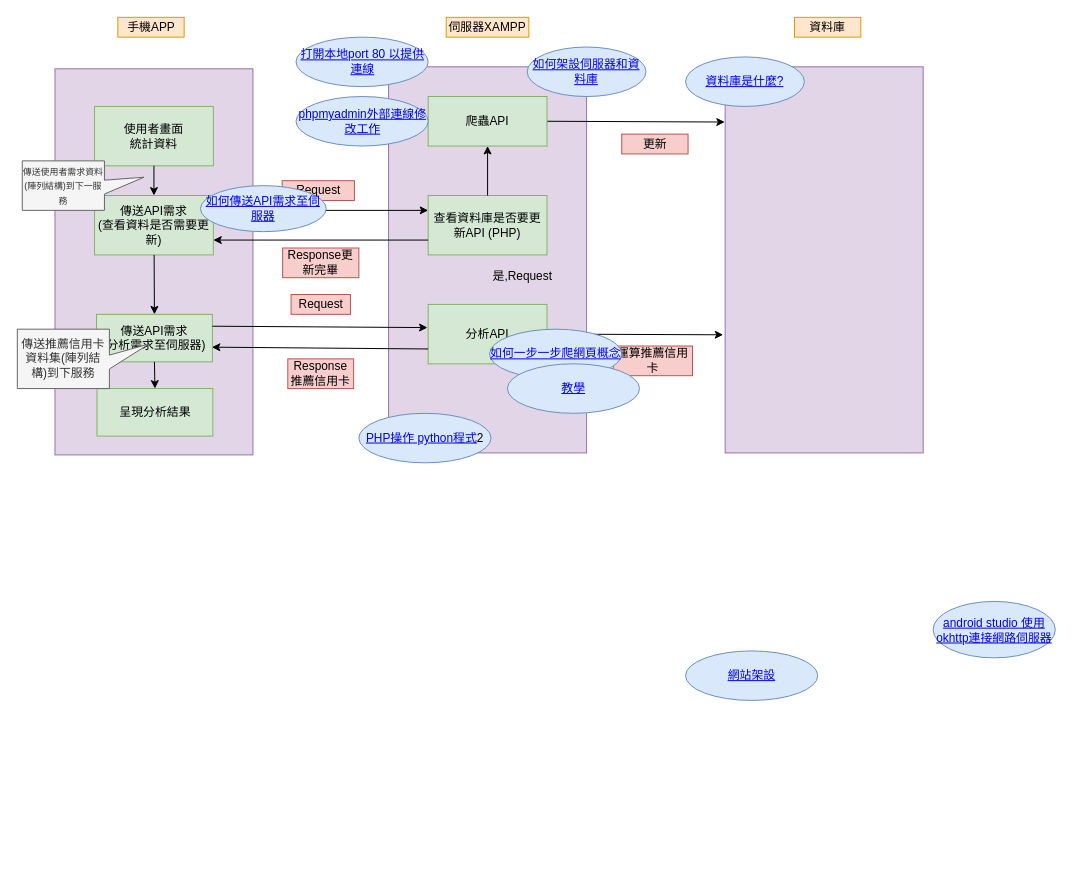
Above: Untitled Diagram.drawio in a0935210570602/credit_card_analize_project (draw.io), before the change. Source tidied: cells renumbered, new cells numbered last; positions are measured from the earlier drawing's top-left corner, leaving out a move shared by most shapes. Both pictures are drawn from the tidied source at 99%, with x=0, y=0 at pixel (17, 17).
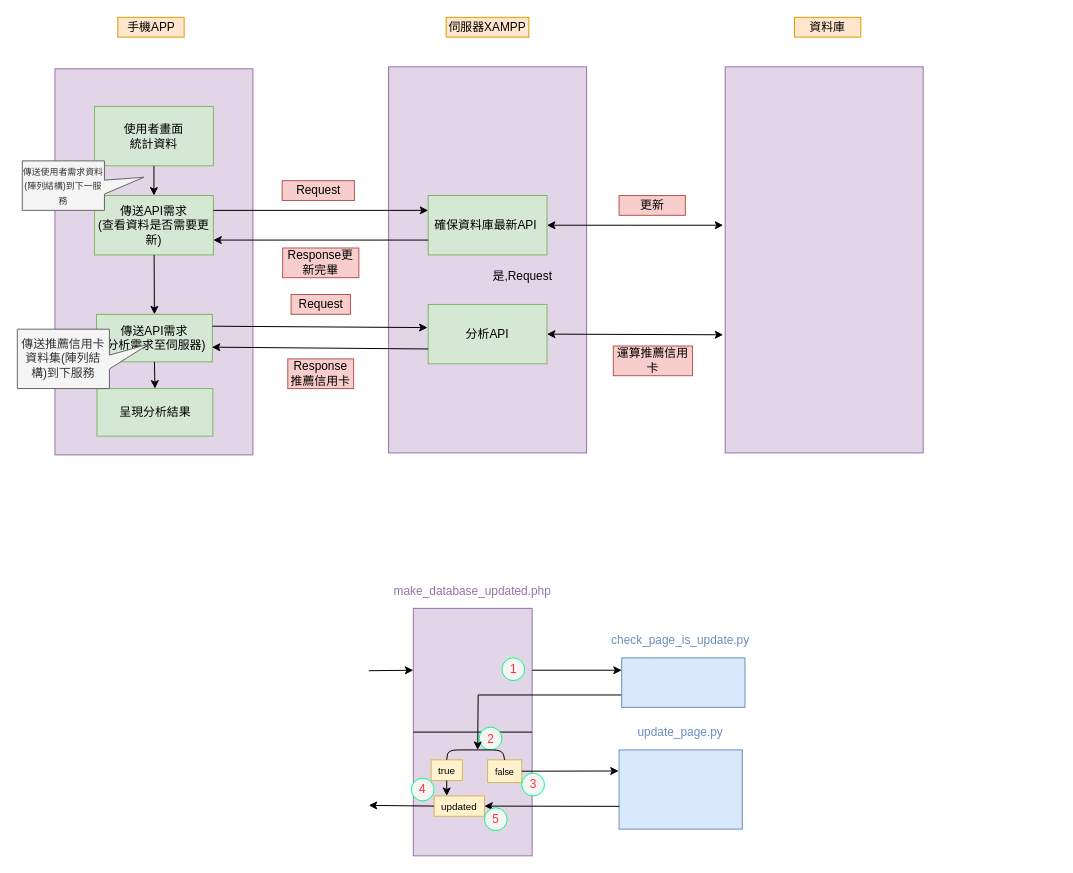
Above is the later version.

Unchanged cells that the change refers to:
```xml
<mxCell id="14" style="rounded=0;whiteSpace=wrap;html=1;fillColor=#e1d5e7;strokeColor=#9673a6;" parent="1" vertex="1">
  <mxGeometry x="715" y="50" width="200" height="390" as="geometry" />
</mxCell>
```

What changed in the source:
```diff
@@
+    <mxCell id="44" style="rounded=0;whiteSpace=wrap;html=1;fillColor=#e1d5e7;strokeColor=#9673a6;" parent="1" vertex="1">
+      <mxGeometry x="400" y="597" width="120" height="250" as="geometry" />
+    </mxCell>
+    <mxCell id="45" style="endArrow=none;html=1;exitX=0;exitY=0.5;exitDx=0;exitDy=0;entryX=1;entryY=0.5;entryDx=0;entryDy=0;" parent="1" edge="1" source="44" target="44">
+      <mxGeometry relative="1" as="geometry" />
+    </mxCell>
+    <mxCell id="46" value="&lt;font color=&quot;#ff3333&quot;&gt;2&lt;/font&gt;" style="ellipse;whiteSpace=wrap;html=1;fillColor=#f5f5f5;fontColor=#333333;strokeColor=#00FF80;" parent="1" vertex="1">
+      <mxGeometry x="466.5" y="717" width="23" height="23" as="geometry" />
+    </mxCell>
@@
-    <mxCell id="11" value="查看資料庫是否要更新API (PHP)" style="rounded=0;whiteSpace=wrap;html=1;fillColor=#d5e8d4;strokeColor=#82b366;" parent="1" vertex="1">
+    <mxCell id="11" value="確保資料庫最新API&amp;nbsp;" style="rounded=0;whiteSpace=wrap;html=1;fillColor=#d5e8d4;strokeColor=#82b366;" parent="1" vertex="1">
       <mxGeometry x="415" y="180" width="120" height="60" as="geometry" />
     </mxCell>
@@
-    <mxCell id="16" style="endArrow=classic;html=1;exitX=1;exitY=0.5;exitDx=0;exitDy=0;entryX=-0.002;entryY=0.143;entryDx=0;entryDy=0;entryPerimeter=0;" parent="1" edge="1" source="22" target="14">
-      <mxGeometry relative="1" as="geometry" />
-    </mxCell>
     <mxCell id="17" value="更新" style="text;html=1;strokeColor=#b85450;fillColor=#f8cecc;align=center;verticalAlign=middle;whiteSpace=wrap;rounded=0;" parent="1" vertex="1">
-      <mxGeometry x="610.5" y="118" width="67" height="20" as="geometry" />
+      <mxGeometry x="607.8" y="180" width="67" height="20" as="geometry" />
     </mxCell>
@@
-    <mxCell id="20" style="endArrow=classic;html=1;entryX=0.5;entryY=1;entryDx=0;entryDy=0;exitX=0.5;exitY=0;exitDx=0;exitDy=0;" parent="1" edge="1" source="11" target="22">
-      <mxGeometry relative="1" as="geometry" />
-    </mxCell>
@@
-    <mxCell id="22" value="爬蟲API" style="rounded=0;whiteSpace=wrap;html=1;fillColor=#d5e8d4;strokeColor=#82b366;" parent="1" vertex="1">
-      <mxGeometry x="415" y="80" width="120" height="50" as="geometry" />
-    </mxCell>
@@
-    <mxCell id="34" value="&lt;a href=&quot;https://givemepass.blogspot.com/2011/12/http-server.html&quot;&gt;如何傳送API需求至伺服器&lt;/a&gt;" style="ellipse;whiteSpace=wrap;html=1;fillColor=#dae8fc;strokeColor=#6c8ebf;" parent="1" vertex="1">
-      <mxGeometry x="185" y="170" width="127" height="46.5" as="geometry" />
-    </mxCell>
-    <mxCell id="35" value="&lt;a href=&quot;https://igouist.github.io/post/201912-android-fetch-mysql-using-xampp/&quot;&gt;如何架設伺服器和資料庫&lt;/a&gt;" style="ellipse;whiteSpace=wrap;html=1;fillColor=#dae8fc;strokeColor=#6c8ebf;" parent="1" vertex="1">
-      <mxGeometry x="515" y="30" width="120" height="50" as="geometry" />
-    </mxCell>
-    <mxCell id="36" value="&lt;a href=&quot;https://medium.com/pierceshih/%E7%AD%86%E8%A8%98-%E4%BD%95%E8%AC%82%E8%B3%87%E6%96%99%E5%BA%AB%E7%B3%BB%E7%B5%B1-53b59aacbfb7&quot;&gt;資料庫是什麼?&lt;/a&gt;" style="ellipse;whiteSpace=wrap;html=1;fillColor=#dae8fc;strokeColor=#6c8ebf;" parent="1" vertex="1">
-      <mxGeometry x="675" y="40" width="120" height="50" as="geometry" />
-    </mxCell>
-    <mxCell id="37" value="&lt;a href=&quot;https://kknews.cc/zh-tw/tech/qex5j8.html&quot;&gt;如何一步一步爬網頁概念&lt;/a&gt;" style="ellipse;whiteSpace=wrap;html=1;fillColor=#dae8fc;strokeColor=#6c8ebf;" parent="1" vertex="1">
-      <mxGeometry x="477" y="315" width="133.5" height="50" as="geometry" />
-    </mxCell>
-    <mxCell id="38" value="&lt;a href=&quot;https://codertw.com/%E9%96%8B%E7%99%BC%E8%AA%9E%E8%A8%80/113/&quot;&gt;PHP操作 python程式&lt;/a&gt;2" style="ellipse;whiteSpace=wrap;html=1;fillColor=#dae8fc;strokeColor=#6c8ebf;" parent="1" vertex="1">
-      <mxGeometry x="345" y="400" width="133.5" height="50" as="geometry" />
-    </mxCell>
-    <mxCell id="39" value="&lt;a href=&quot;https://wiki.mcneel.com/zh-tw/zoo/window7firewall&quot;&gt;打開本地port 80 以提供連線&lt;/a&gt;" style="ellipse;whiteSpace=wrap;html=1;fillColor=#dae8fc;strokeColor=#6c8ebf;" parent="1" vertex="1">
-      <mxGeometry x="281.5" y="20" width="133.5" height="50" as="geometry" />
-    </mxCell>
-    <mxCell id="40" value="&lt;a href=&quot;https://colinchu.pixnet.net/blog/post/107902939&quot;&gt;phpmyadmin外部連線修改工作&lt;/a&gt;" style="ellipse;whiteSpace=wrap;html=1;fillColor=#dae8fc;strokeColor=#6c8ebf;" parent="1" vertex="1">
-      <mxGeometry x="281.5" y="80" width="133.5" height="50" as="geometry" />
-    </mxCell>
-    <mxCell id="41" value="&lt;a href=&quot;https://thumbb13555.pixnet.net/blog/post/325387050-okhttp&quot;&gt;android studio 使用okhttp連接網路伺服器&lt;/a&gt;" style="ellipse;whiteSpace=wrap;html=1;fillColor=#dae8fc;strokeColor=#6c8ebf;" parent="1" vertex="1">
-      <mxGeometry x="925" y="590" width="123.5" height="57" as="geometry" />
-    </mxCell>
-    <mxCell id="42" value="&lt;a href=&quot;https://medium.com/@j2a0r0e0d0/%E5%88%9D%E5%87%BA%E8%8C%85%E5%BB%AC-wordpress-org-%E7%B6%B2%E7%AB%99%E6%9E%B6%E8%A8%AD-883776931820&quot;&gt;網站架設&lt;/a&gt;" style="ellipse;whiteSpace=wrap;html=1;fillColor=#dae8fc;strokeColor=#6c8ebf;" parent="1" vertex="1">
-      <mxGeometry x="675" y="640" width="133.5" height="50" as="geometry" />
-    </mxCell>
-    <mxCell id="43" value="&lt;a href=&quot;https://zhuanlan.zhihu.com/p/34343228&quot;&gt;教學&lt;/a&gt;" style="ellipse;whiteSpace=wrap;html=1;fillColor=#dae8fc;strokeColor=#6c8ebf;" parent="1" vertex="1">
-      <mxGeometry x="495" y="350" width="133.5" height="50" as="geometry" />
-    </mxCell>
+    <mxCell id="47" style="edgeStyle=orthogonalEdgeStyle;rounded=0;jettySize=auto;html=1;exitX=0;exitY=0.75;exitDx=0;exitDy=0;" parent="1" edge="1" source="48">
+      <mxGeometry relative="1" as="geometry">
+        <mxPoint x="465" y="740" as="targetPoint" />
+      </mxGeometry>
+    </mxCell>
+    <mxCell id="48" style="rounded=0;whiteSpace=wrap;html=1;fillColor=#dae8fc;strokeColor=#6C8EBF;" parent="1" vertex="1">
+      <mxGeometry x="610.5" y="647" width="124.5" height="50" as="geometry" />
+    </mxCell>
+    <mxCell id="49" value="&lt;font color=&quot;#9673a6&quot;&gt;make_database_updated.php&lt;/font&gt;" style="text;html=1;strokeColor=none;fillColor=none;align=center;verticalAlign=middle;whiteSpace=wrap;rounded=0;" parent="1" vertex="1">
+      <mxGeometry x="355" y="570" width="210" height="20" as="geometry" />
+    </mxCell>
+    <mxCell id="50" value="&lt;font color=&quot;#6c8ebf&quot;&gt;check_page_is_update.py&lt;/font&gt;" style="text;html=1;strokeColor=none;fillColor=none;align=center;verticalAlign=middle;whiteSpace=wrap;rounded=0;" parent="1" vertex="1">
+      <mxGeometry x="565" y="620" width="210" height="20" as="geometry" />
+    </mxCell>
+    <mxCell id="51" style="endArrow=classic;html=1;entryX=0;entryY=0.25;entryDx=0;entryDy=0;exitX=1;exitY=0.25;exitDx=0;exitDy=0;" parent="1" edge="1" source="44" target="48">
+      <mxGeometry relative="1" as="geometry" />
+    </mxCell>
+    <mxCell id="52" style="endArrow=classic;html=1;entryX=0;entryY=0.25;entryDx=0;entryDy=0;" parent="1" edge="1" target="44">
+      <mxGeometry relative="1" as="geometry">
+        <mxPoint x="355" y="660" as="sourcePoint" />
+      </mxGeometry>
+    </mxCell>
+    <mxCell id="53" style="rounded=0;whiteSpace=wrap;html=1;" parent="1" vertex="1">
+      <mxGeometry x="595" y="720" as="geometry" />
+    </mxCell>
+    <mxCell id="54" value="&lt;p style=&quot;line-height: 120%&quot;&gt;&lt;font style=&quot;font-size: 9px&quot;&gt;false&lt;/font&gt;&lt;/p&gt;" style="text;html=1;strokeColor=#d6b656;fillColor=#fff2cc;align=center;verticalAlign=middle;whiteSpace=wrap;rounded=0;" parent="1" vertex="1">
+      <mxGeometry x="475" y="750" width="34.5" height="23" as="geometry" />
+    </mxCell>
+    <mxCell id="55" value="&lt;p style=&quot;line-height: 120%&quot;&gt;&lt;font style=&quot;font-size: 10px&quot;&gt;true&lt;/font&gt;&lt;/p&gt;" style="text;html=1;strokeColor=#d6b656;fillColor=#fff2cc;align=center;verticalAlign=middle;whiteSpace=wrap;rounded=0;" parent="1" vertex="1">
+      <mxGeometry x="418" y="750" width="31.5" height="21" as="geometry" />
+    </mxCell>
+    <mxCell id="56" style="endArrow=none;html=1;exitX=0.5;exitY=0;exitDx=0;exitDy=0;entryX=0.5;entryY=0;entryDx=0;entryDy=0;" parent="1" edge="1" source="55" target="54">
+      <mxGeometry relative="1" as="geometry">
+        <Array as="points">
+          <mxPoint x="435" y="740" />
+          <mxPoint x="490" y="740" />
+        </Array>
+      </mxGeometry>
+    </mxCell>
+    <mxCell id="57" style="rounded=0;whiteSpace=wrap;html=1;fillColor=#dae8fc;strokeColor=#6C8EBF;" parent="1" vertex="1">
+      <mxGeometry x="607.8" y="740" width="124.5" height="80" as="geometry" />
+    </mxCell>
+    <mxCell id="58" value="&lt;font color=&quot;#6c8ebf&quot;&gt;update_page.py&lt;/font&gt;" style="text;html=1;strokeColor=none;fillColor=none;align=center;verticalAlign=middle;whiteSpace=wrap;rounded=0;" parent="1" vertex="1">
+      <mxGeometry x="565" y="712" width="210" height="20" as="geometry" />
+    </mxCell>
+    <mxCell id="59" value="&lt;p style=&quot;line-height: 120%&quot;&gt;&lt;font style=&quot;font-size: 10px&quot;&gt;updated&lt;/font&gt;&lt;/p&gt;" style="text;html=1;strokeColor=#d6b656;fillColor=#fff2cc;align=center;verticalAlign=middle;whiteSpace=wrap;rounded=0;" parent="1" vertex="1">
+      <mxGeometry x="421" y="786.5" width="50.8" height="20.5" as="geometry" />
+    </mxCell>
+    <mxCell id="60" style="endArrow=classic;html=1;exitX=0.5;exitY=1;exitDx=0;exitDy=0;entryX=0.25;entryY=0;entryDx=0;entryDy=0;" parent="1" edge="1" source="55" target="59">
+      <mxGeometry relative="1" as="geometry" />
+    </mxCell>
+    <mxCell id="61" style="endArrow=classic;html=1;entryX=1;entryY=0.5;entryDx=0;entryDy=0;" parent="1" edge="1" target="59">
+      <mxGeometry relative="1" as="geometry">
+        <mxPoint x="608" y="797" as="sourcePoint" />
+      </mxGeometry>
+    </mxCell>
+    <mxCell id="62" style="endArrow=classic;html=1;exitX=1;exitY=0.5;exitDx=0;exitDy=0;entryX=-0.003;entryY=0.266;entryDx=0;entryDy=0;entryPerimeter=0;" parent="1" edge="1" source="54" target="57">
+      <mxGeometry relative="1" as="geometry" />
+    </mxCell>
+    <mxCell id="63" style="endArrow=classic;html=1;exitX=0;exitY=0.5;exitDx=0;exitDy=0;" parent="1" edge="1" source="59">
+      <mxGeometry relative="1" as="geometry">
+        <mxPoint x="355" y="796" as="targetPoint" />
+      </mxGeometry>
+    </mxCell>
+    <mxCell id="64" value="&lt;font color=&quot;#ff3333&quot;&gt;1&lt;/font&gt;" style="ellipse;whiteSpace=wrap;html=1;fillColor=#f5f5f5;fontColor=#333333;strokeColor=#00FF80;" parent="1" vertex="1">
+      <mxGeometry x="489.5" y="647" width="23" height="23" as="geometry" />
+    </mxCell>
+    <mxCell id="65" value="&lt;font color=&quot;#ff3333&quot;&gt;3&lt;/font&gt;" style="ellipse;whiteSpace=wrap;html=1;fillColor=#f5f5f5;fontColor=#333333;strokeColor=#00FF80;" parent="1" vertex="1">
+      <mxGeometry x="509.5" y="763.5" width="23" height="23" as="geometry" />
+    </mxCell>
+    <mxCell id="66" value="&lt;font color=&quot;#ff3333&quot;&gt;4&lt;/font&gt;" style="ellipse;whiteSpace=wrap;html=1;fillColor=#f5f5f5;fontColor=#333333;strokeColor=#00FF80;" parent="1" vertex="1">
+      <mxGeometry x="398" y="768.5" width="23" height="23" as="geometry" />
+    </mxCell>
+    <mxCell id="67" value="&lt;font color=&quot;#ff3333&quot;&gt;5&lt;/font&gt;" style="ellipse;whiteSpace=wrap;html=1;fillColor=#f5f5f5;fontColor=#333333;strokeColor=#00FF80;" parent="1" vertex="1">
+      <mxGeometry x="471.8" y="798.5" width="23" height="23" as="geometry" />
+    </mxCell>
+    <mxCell id="68" style="endArrow=classic;startArrow=classic;html=1;exitX=1;exitY=0.5;exitDx=0;exitDy=0;" parent="1" edge="1" source="11">
+      <mxGeometry relative="1" as="geometry">
+        <mxPoint x="713" y="210" as="targetPoint" />
+        <Array as="points">
+          <mxPoint x="625" y="210" />
+        </Array>
+      </mxGeometry>
+    </mxCell>
```
